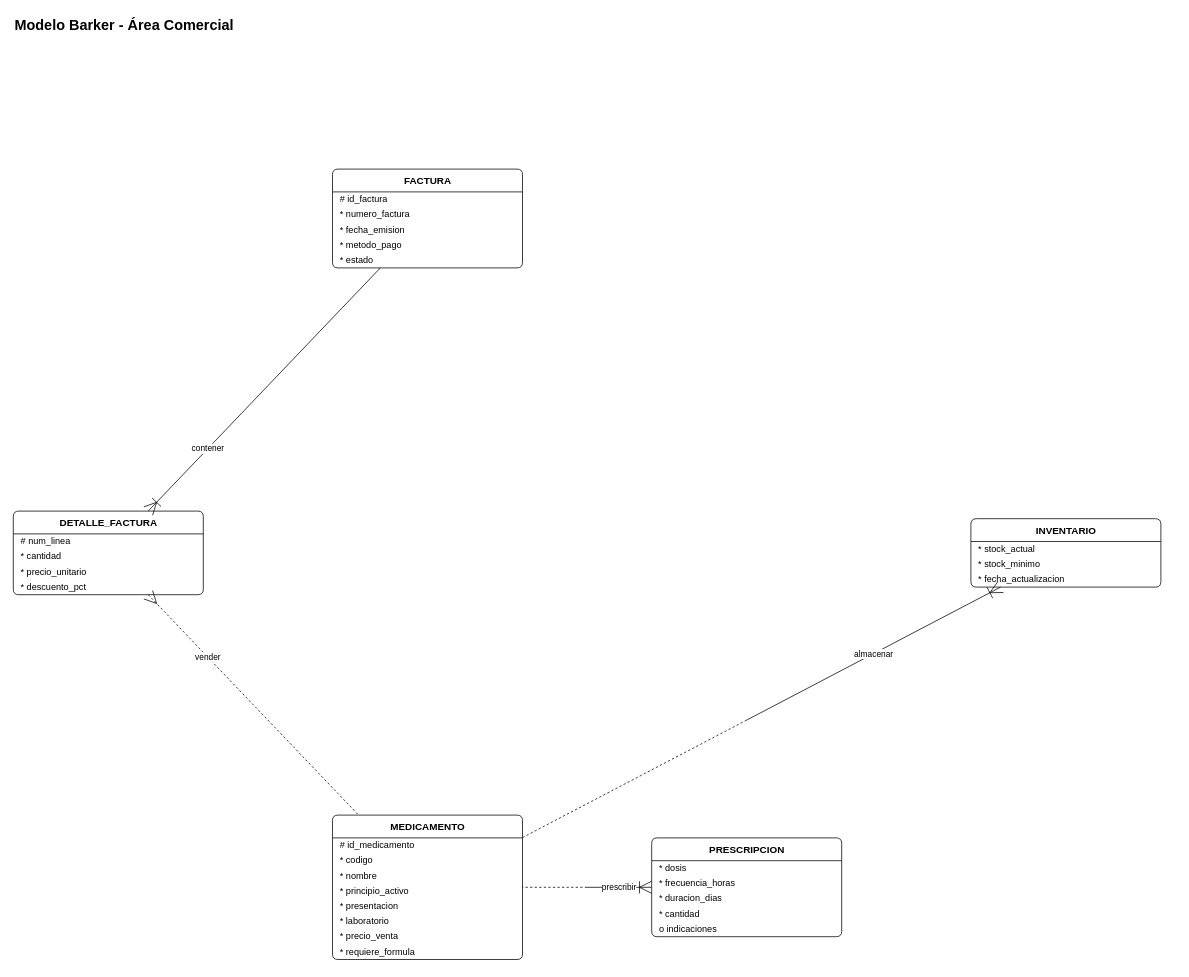
This is documentos/fase1/diagramas_drawio/18_Barker_Comercial.drawio from Estarlan/proyecto-bd1-sigevet, a draw.io file, before an edit. Source tidied: cells renumbered, new cells numbered last; positions are measured from the earlier drawing's top-left corner, leaving out a move shared by most shapes. Both pictures are drawn from the tidied source at 76%, with x=0, y=0 at pixel (13, 13).
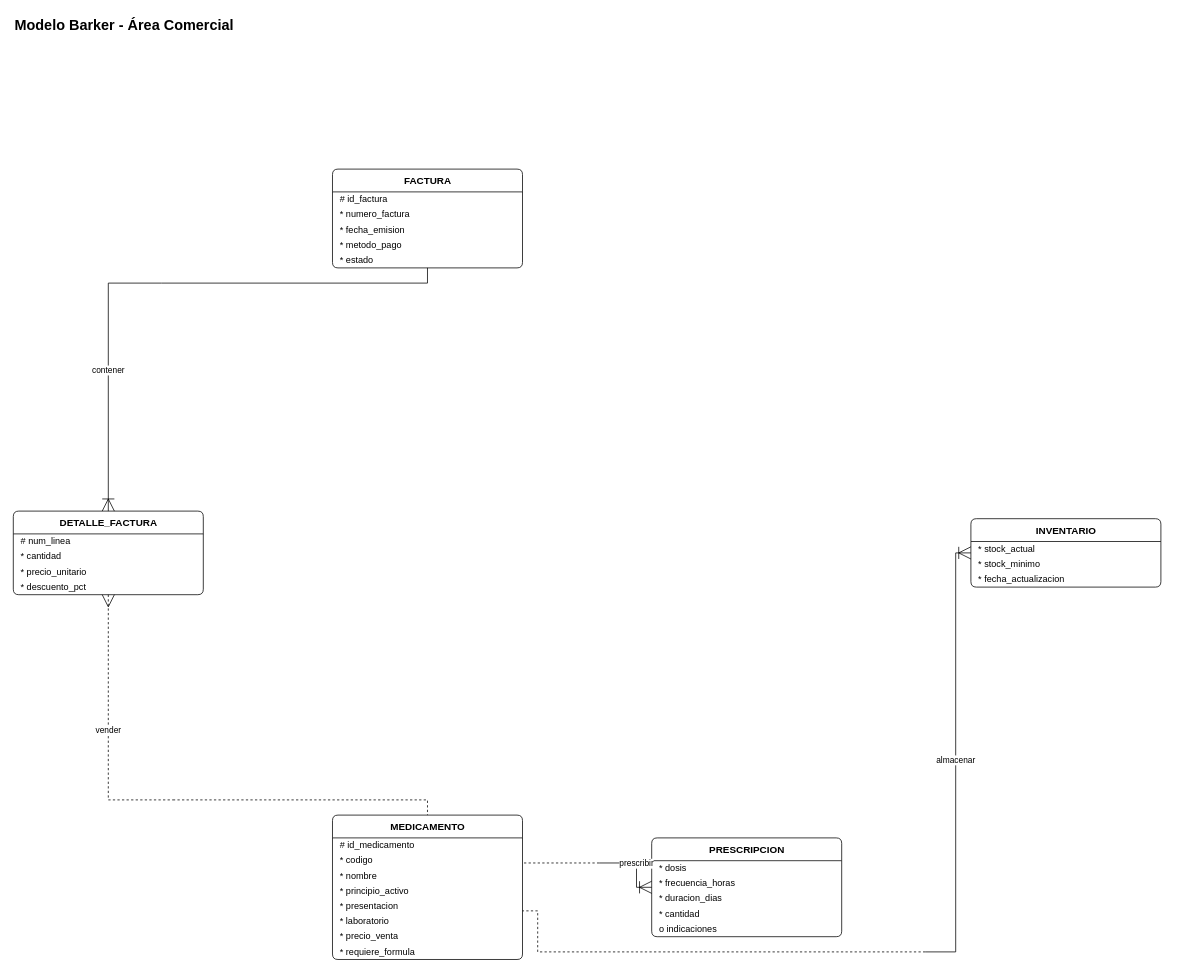
Above is the later version.

Unchanged cells that the change refers to:
```xml
<mxCell id="3" value="MEDICAMENTO" style="swimlane;fontStyle=1;horizontal=1;startSize=30;html=1;fillColor=none;swimlaneFillColor=none;fontSize=13;rounded=1;arcSize=8;" parent="1" vertex="1">
  <mxGeometry x="420" y="1055" width="250" height="190" as="geometry" />
</mxCell>
<mxCell id="12" value="PRESCRIPCION" style="swimlane;fontStyle=1;horizontal=1;startSize=30;html=1;fillColor=none;swimlaneFillColor=none;fontSize=13;rounded=1;arcSize=8;" parent="1" vertex="1">
  <mxGeometry x="840" y="1085" width="250" height="130" as="geometry" />
</mxCell>
<mxCell id="18" value="INVENTARIO" style="swimlane;fontStyle=1;horizontal=1;startSize=30;html=1;fillColor=none;swimlaneFillColor=none;fontSize=13;rounded=1;arcSize=8;" parent="1" vertex="1">
  <mxGeometry x="1260" y="665" width="250" height="90" as="geometry" />
</mxCell>
<mxCell id="22" value="FACTURA" style="swimlane;fontStyle=1;horizontal=1;startSize=30;html=1;fillColor=none;swimlaneFillColor=none;fontSize=13;rounded=1;arcSize=8;" parent="1" vertex="1">
  <mxGeometry x="420" y="205" width="250" height="130" as="geometry" />
</mxCell>
<mxCell id="28" value="DETALLE_FACTURA" style="swimlane;fontStyle=1;horizontal=1;startSize=30;html=1;fillColor=none;swimlaneFillColor=none;fontSize=13;rounded=1;arcSize=8;" parent="1" vertex="1">
  <mxGeometry y="655" width="250" height="110" as="geometry" />
</mxCell>
```

Diff of the diagram source:
```diff
@@
-    <mxCell id="33" style="shape=waypoint;fillColor=none;strokeColor=none;size=1;perimeter=centerPerimeter;" parent="1" vertex="1">
-      <mxGeometry x="754" y="1149" width="2" height="2" as="geometry" />
+    <mxCell id="33" style="shape=waypoint;fillColor=none;strokeColor=none;perimeter=centerPerimeter;" parent="1" vertex="1">
+      <mxGeometry x="771" y="1118" as="geometry" />
     </mxCell>
-    <mxCell id="34" value="prescribir" style="html=1;endArrow=none;fontSize=12;labelBackgroundColor=default;startArrow=ERoneToMany;startFill=0;startSize=14;fontSize=11;jumpStyle=arc;jumpSize=10;" parent="1" edge="1" source="12" target="33">
-      <mxGeometry relative="1" as="geometry" />
+    <mxCell id="34" value="prescribir" style="html=1;endArrow=none;fontSize=12;labelBackgroundColor=default;edgeStyle=none;rounded=0;exitX=0.00000000;exitY=0.50000000;exitPerimeter=0;entryX=0;entryY=0;entryPerimeter=0;startArrow=ERoneToMany;startFill=0;startSize=14;fontSize=11;" parent="1" edge="1" source="12" target="33">
+      <mxGeometry relative="1" as="geometry">
+        <Array as="points">
+          <mxPoint x="820" y="1150" />
+          <mxPoint x="820" y="1118" />
+        </Array>
+      </mxGeometry>
     </mxCell>
-    <mxCell id="35" style="html=1;endArrow=none;fontSize=12;labelBackgroundColor=default;dashed=1;jumpStyle=arc;jumpSize=10;" parent="1" edge="1" source="33" target="3">
+    <mxCell id="35" style="html=1;endArrow=none;fontSize=12;labelBackgroundColor=default;edgeStyle=none;rounded=0;dashed=1;exitX=0;exitY=0;exitPerimeter=0;entryX=1.00000000;entryY=0.33157895;entryPerimeter=0;" parent="1" edge="1" source="33" target="3">
       <mxGeometry relative="1" as="geometry" />
     </mxCell>
-    <mxCell id="36" style="shape=waypoint;fillColor=none;strokeColor=none;size=1;perimeter=centerPerimeter;" parent="1" vertex="1">
-      <mxGeometry x="964" y="929" width="2" height="2" as="geometry" />
+    <mxCell id="36" style="shape=waypoint;fillColor=none;strokeColor=none;perimeter=centerPerimeter;" parent="1" vertex="1">
+      <mxGeometry x="1200" y="1235" as="geometry" />
     </mxCell>
-    <mxCell id="37" value="almacenar" style="html=1;endArrow=none;fontSize=12;labelBackgroundColor=default;startArrow=ERoneToMany;startFill=0;startSize=14;fontSize=11;jumpStyle=arc;jumpSize=10;" parent="1" edge="1" source="18" target="36">
-      <mxGeometry relative="1" as="geometry" />
+    <mxCell id="37" value="almacenar" style="html=1;endArrow=none;fontSize=12;labelBackgroundColor=default;edgeStyle=none;rounded=0;exitX=0.00000000;exitY=0.50000000;exitPerimeter=0;entryX=0;entryY=0;entryPerimeter=0;startArrow=ERoneToMany;startFill=0;startSize=14;fontSize=11;" parent="1" edge="1" source="18" target="36">
+      <mxGeometry relative="1" as="geometry">
+        <Array as="points">
+          <mxPoint x="1240" y="710" />
+          <mxPoint x="1240" y="1235" />
+        </Array>
+      </mxGeometry>
     </mxCell>
-    <mxCell id="38" style="html=1;endArrow=none;fontSize=12;labelBackgroundColor=default;dashed=1;jumpStyle=arc;jumpSize=10;" parent="1" edge="1" source="36" target="3">
-      <mxGeometry relative="1" as="geometry" />
+    <mxCell id="38" style="html=1;endArrow=none;fontSize=12;labelBackgroundColor=default;edgeStyle=none;rounded=0;dashed=1;exitX=0;exitY=0;exitPerimeter=0;entryX=1.00000000;entryY=0.66315789;entryPerimeter=0;" parent="1" edge="1" source="36" target="3">
+      <mxGeometry relative="1" as="geometry">
+        <Array as="points">
+          <mxPoint x="690" y="1235" />
+          <mxPoint x="690" y="1181" />
+        </Array>
+      </mxGeometry>
     </mxCell>
-    <mxCell id="39" style="shape=waypoint;fillColor=none;strokeColor=none;size=1;perimeter=centerPerimeter;" parent="1" vertex="1">
-      <mxGeometry x="334" y="489" width="2" height="2" as="geometry" />
+    <mxCell id="39" style="shape=waypoint;fillColor=none;strokeColor=none;perimeter=centerPerimeter;" parent="1" vertex="1">
+      <mxGeometry x="195" y="355" as="geometry" />
     </mxCell>
-    <mxCell id="40" value="contener" style="html=1;endArrow=none;fontSize=12;labelBackgroundColor=default;startArrow=ERoneToMany;startFill=0;startSize=14;fontSize=11;jumpStyle=arc;jumpSize=10;" parent="1" edge="1" source="28" target="39">
-      <mxGeometry relative="1" as="geometry" />
+    <mxCell id="40" value="contener" style="html=1;endArrow=none;fontSize=12;labelBackgroundColor=default;edgeStyle=none;rounded=0;exitX=0.50000000;exitY=0.00000000;exitPerimeter=0;entryX=0;entryY=0;entryPerimeter=0;startArrow=ERoneToMany;startFill=0;startSize=14;fontSize=11;" parent="1" edge="1" source="28" target="39">
+      <mxGeometry relative="1" as="geometry">
+        <Array as="points">
+          <mxPoint x="125" y="355" />
+        </Array>
+      </mxGeometry>
     </mxCell>
-    <mxCell id="41" style="html=1;endArrow=none;fontSize=12;labelBackgroundColor=default;jumpStyle=arc;jumpSize=10;" parent="1" edge="1" source="39" target="22">
-      <mxGeometry relative="1" as="geometry" />
+    <mxCell id="41" style="html=1;endArrow=none;fontSize=12;labelBackgroundColor=default;edgeStyle=none;rounded=0;exitX=0;exitY=0;exitPerimeter=0;entryX=0.50000000;entryY=1.00000000;entryPerimeter=0;" parent="1" edge="1" source="39" target="22">
+      <mxGeometry relative="1" as="geometry">
+        <Array as="points">
+          <mxPoint x="545" y="355" />
+        </Array>
+      </mxGeometry>
     </mxCell>
-    <mxCell id="42" style="shape=waypoint;fillColor=none;strokeColor=none;size=1;perimeter=centerPerimeter;" parent="1" vertex="1">
-      <mxGeometry x="334" y="929" width="2" height="2" as="geometry" />
+    <mxCell id="42" style="shape=waypoint;fillColor=none;strokeColor=none;perimeter=centerPerimeter;" parent="1" vertex="1">
+      <mxGeometry x="210" y="1035" as="geometry" />
     </mxCell>
-    <mxCell id="43" value="vender" style="html=1;endArrow=none;fontSize=12;labelBackgroundColor=default;dashed=1;startArrow=ERmany;startFill=0;startSize=14;fontSize=11;jumpStyle=arc;jumpSize=10;" parent="1" edge="1" source="28" target="42">
-      <mxGeometry relative="1" as="geometry" />
+    <mxCell id="43" value="vender" style="html=1;endArrow=none;fontSize=12;labelBackgroundColor=default;edgeStyle=none;rounded=0;dashed=1;exitX=0.50000000;exitY=1.00000000;exitPerimeter=0;entryX=0;entryY=0;entryPerimeter=0;startArrow=ERmany;startFill=0;startSize=14;fontSize=11;" parent="1" edge="1" source="28" target="42">
+      <mxGeometry relative="1" as="geometry">
+        <Array as="points">
+          <mxPoint x="125" y="1035" />
+        </Array>
+      </mxGeometry>
     </mxCell>
-    <mxCell id="44" style="html=1;endArrow=none;fontSize=12;labelBackgroundColor=default;dashed=1;jumpStyle=arc;jumpSize=10;" parent="1" edge="1" source="42" target="3">
-      <mxGeometry relative="1" as="geometry" />
+    <mxCell id="44" style="html=1;endArrow=none;fontSize=12;labelBackgroundColor=default;edgeStyle=none;rounded=0;dashed=1;exitX=0;exitY=0;exitPerimeter=0;entryX=0.50000000;entryY=0.00000000;entryPerimeter=0;" parent="1" edge="1" source="42" target="3">
+      <mxGeometry relative="1" as="geometry">
+        <Array as="points">
+          <mxPoint x="545" y="1035" />
+        </Array>
+      </mxGeometry>
     </mxCell>
```
